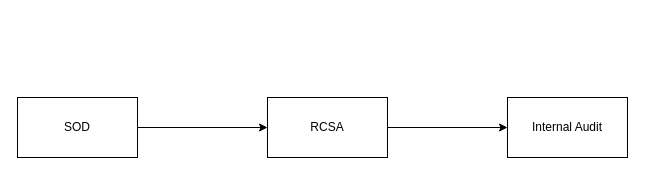
This is page "ICOFR Flow" (1 of 4) of ICOFR.drawio from AvikM1996/draw.io, a draw.io file, before an edit. Source tidied: cells renumbered, new cells numbered last; positions are measured from the earlier drawing's top-left corner, leaving out a move shared by most shapes. Both pictures are drawn from the tidied source at 100%, with x=0, y=0 at pixel (17, 97).
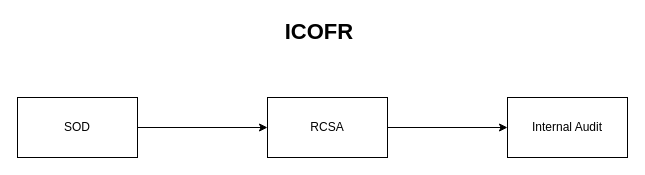
Above is the later version.

The edit, as a diff of the source:
```diff
@@
 <mxGraphModel>
   <root>
     <mxCell id="0" />
     <mxCell id="1" parent="0" />
     <mxCell id="2" style="edgeStyle=orthogonalEdgeStyle;rounded=0;jettySize=auto;html=1;exitX=1;exitY=0.5;exitDx=0;exitDy=0;" parent="1" edge="1" source="3" target="5">
       <mxGeometry relative="1" as="geometry" />
     </mxCell>
     <mxCell id="3" value="SOD" style="rounded=0;whiteSpace=wrap;html=1;" parent="1" vertex="1">
       <mxGeometry width="120" height="60" as="geometry" />
     </mxCell>
     <mxCell id="4" style="edgeStyle=orthogonalEdgeStyle;rounded=0;jettySize=auto;html=1;exitX=1;exitY=0.5;exitDx=0;exitDy=0;" parent="1" edge="1" source="5" target="6">
       <mxGeometry relative="1" as="geometry" />
     </mxCell>
     <mxCell id="5" value="RCSA" style="rounded=0;whiteSpace=wrap;html=1;" parent="1" vertex="1">
       <mxGeometry x="250" width="120" height="60" as="geometry" />
     </mxCell>
     <mxCell id="6" value="Internal Audit" style="rounded=0;whiteSpace=wrap;html=1;" parent="1" vertex="1">
       <mxGeometry x="490" width="120" height="60" as="geometry" />
     </mxCell>
+    <mxCell id="7" value="&lt;font style=&quot;font-size: 22px;&quot;&gt;&lt;b&gt;ICOFR&amp;nbsp;&lt;/b&gt;&lt;/font&gt;" style="text;html=1;whiteSpace=wrap;strokeColor=none;fillColor=none;align=center;verticalAlign=middle;rounded=0;" parent="1" vertex="1">
+      <mxGeometry x="275" y="-80" width="60" height="30" as="geometry" />
+    </mxCell>
   </root>
 </mxGraphModel>
```
